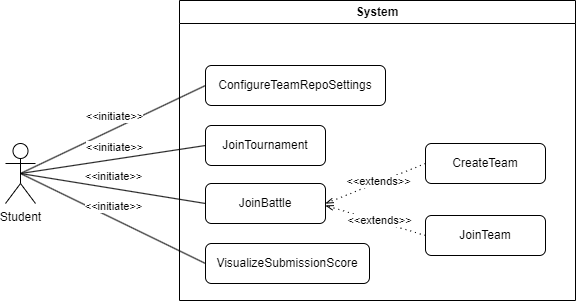
TommasoCapacci/SEII-2024-Capacci-Ginestroni keeps this draw.io diagram as RASD/Diagrams/use_case_student.png. Above is the earlier version. Source tidied: cells renumbered, new cells last; positions are measured from the earlier drawing's top-left corner, leaving out a move shared by most shapes.
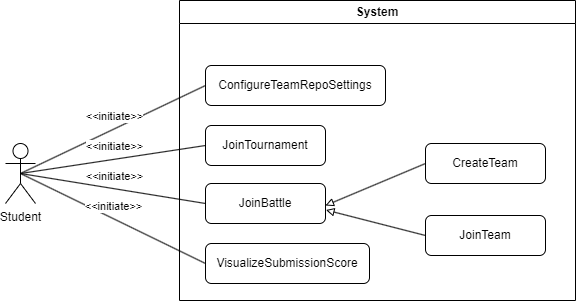
After the commit.

Commit message:
fixed use case diagrams

The edit, as a diff of the source:
```diff
@@ -44,33 +44,27 @@
     <mxCell id="13" value="JoinTeam" style="rounded=1;whiteSpace=wrap;html=1;" parent="1" vertex="1">
       <mxGeometry x="420" y="215" width="120" height="40" as="geometry" />
     </mxCell>
-    <mxCell id="14" style="fontSize=12;html=1;endFill=0;startFill=0;endSize=6;startSize=6;dashed=1;dashPattern=1 4;endArrow=openThin;startArrow=none;rounded=0;entryX=1;entryY=0.5;entryDx=0;entryDy=0;exitX=0;exitY=0.5;exitDx=0;exitDy=0;" parent="1" edge="1" source="12" target="5">
-      <mxGeometry relative="1" as="geometry" />
+    <mxCell id="14" value="System" style="swimlane;whiteSpace=wrap;html=1;" parent="1" vertex="1">
+      <mxGeometry x="174" width="396" height="300" as="geometry" />
     </mxCell>
-    <mxCell id="15" value="&amp;lt;&amp;lt;extends&amp;gt;&amp;gt;" style="edgeLabel;html=1;align=center;verticalAlign=middle;points=[];" parent="14" vertex="1">
-      <mxGeometry x="-0.05" y="-2" relative="1" as="geometry" />
+    <mxCell id="15" value="VisualizeSubmissionScore" style="rounded=1;whiteSpace=wrap;html=1;" parent="14" vertex="1">
+      <mxGeometry x="26" y="243" width="164" height="40" as="geometry" />
     </mxCell>
-    <mxCell id="16" style="fontSize=12;html=1;endFill=0;startFill=0;endSize=6;startSize=6;dashed=1;dashPattern=1 4;endArrow=openThin;startArrow=none;rounded=0;exitX=0;exitY=0.5;exitDx=0;exitDy=0;" parent="1" edge="1" source="13">
-      <mxGeometry relative="1" as="geometry">
-        <mxPoint x="320" y="205" as="targetPoint" />
-      </mxGeometry>
+    <mxCell id="16" style="endArrow=none;html=1;rounded=0;entryX=0;entryY=0.5;entryDx=0;entryDy=0;exitX=0.5;exitY=0.5;exitDx=0;exitDy=0;exitPerimeter=0;" parent="1" edge="1" source="2" target="15">
+      <mxGeometry relative="1" as="geometry" />
     </mxCell>
-    <mxCell id="17" value="&amp;lt;&amp;lt;extends&amp;gt;&amp;gt;" style="edgeLabel;html=1;align=center;verticalAlign=middle;" parent="16" vertex="1">
-      <mxGeometry x="-0.05" y="-2" relative="1" as="geometry" />
+    <mxCell id="17" value="&amp;lt;&amp;lt;initiate&amp;gt;&amp;gt;" style="edgeLabel;html=1;align=center;verticalAlign=middle;" parent="16" vertex="1">
+      <mxGeometry x="0.01" relative="1" as="geometry">
+        <mxPoint y="-13" as="offset" />
+      </mxGeometry>
     </mxCell>
-    <mxCell id="18" value="System" style="swimlane;whiteSpace=wrap;html=1;" parent="1" vertex="1">
-      <mxGeometry x="174" width="396" height="300" as="geometry" />
+    <mxCell id="18" style="endArrow=block;html=1;rounded=0;endFill=0;exitX=0;exitY=0.5;exitDx=0;exitDy=0;" parent="1" edge="1" source="12">
+      <mxGeometry relative="1" as="geometry">
+        <mxPoint x="320" y="205" as="targetPoint" />
+      </mxGeometry>
     </mxCell>
-    <mxCell id="19" value="VisualizeSubmissionScore" style="rounded=1;whiteSpace=wrap;html=1;" parent="18" vertex="1">
-      <mxGeometry x="26" y="243" width="164" height="40" as="geometry" />
+    <mxCell id="19" style="endArrow=block;html=1;rounded=0;endFill=0;exitX=0;exitY=0.5;exitDx=0;exitDy=0;entryX=1.004;entryY=0.663;entryDx=0;entryDy=0;entryPerimeter=0;" parent="1" edge="1" source="13" target="5">
+      <mxGeometry relative="1" as="geometry" />
     </mxCell>
-    <mxCell id="20" style="endArrow=none;html=1;rounded=0;entryX=0;entryY=0.5;entryDx=0;entryDy=0;exitX=0.5;exitY=0.5;exitDx=0;exitDy=0;exitPerimeter=0;" parent="1" edge="1" source="2" target="19">
-      <mxGeometry relative="1" as="geometry" />
-    </mxCell>
-    <mxCell id="21" value="&amp;lt;&amp;lt;initiate&amp;gt;&amp;gt;" style="edgeLabel;html=1;align=center;verticalAlign=middle;" parent="20" vertex="1">
-      <mxGeometry x="0.01" relative="1" as="geometry">
-        <mxPoint y="-13" as="offset" />
-      </mxGeometry>
-    </mxCell>
   </root>
 </mxGraphModel>
```
